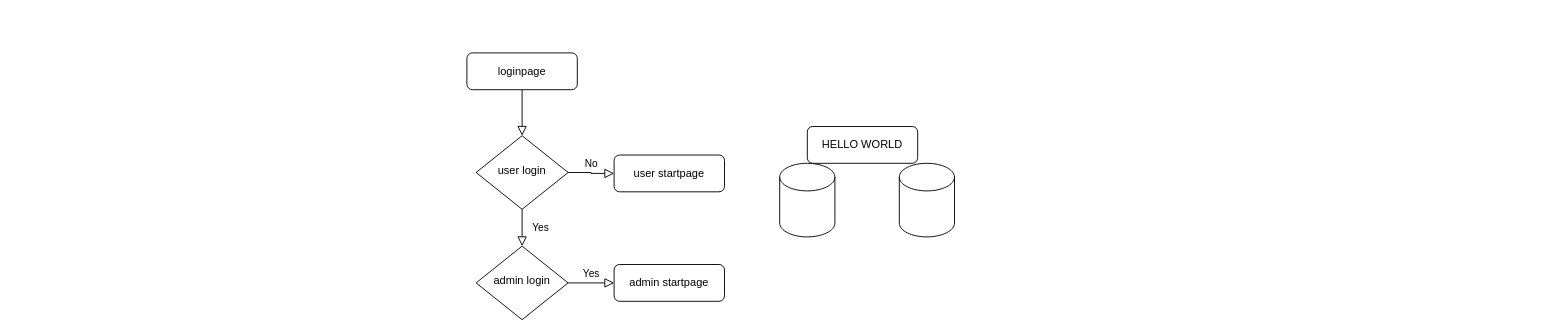
Above: docs/ui/Untitled Diagram.drawio in devopsw18/docs (draw.io), before the change. Source tidied: cells renumbered, new cells numbered last; positions are measured from the earlier drawing's top-left corner, leaving out a move shared by most shapes. Both pictures are drawn from the tidied source at 92%, with x=0, y=0 at pixel (466, 52).
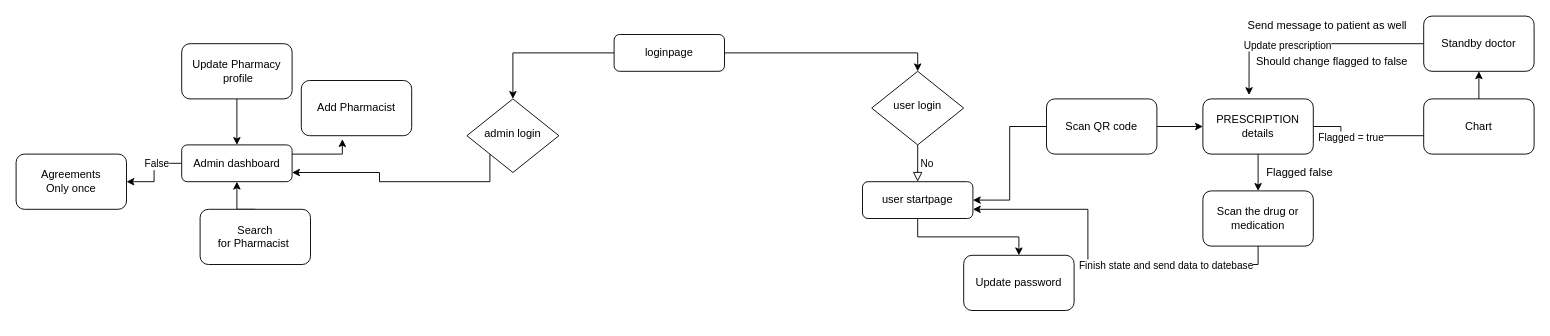
After the change.

Diff of the diagram source:
```diff
@@
-    <mxCell id="2" style="rounded=0;html=1;jettySize=auto;fontSize=11;endArrow=block;endFill=0;endSize=8;strokeWidth=1;shadow=0;labelBackgroundColor=none;edgeStyle=orthogonalEdgeStyle;" parent="1" edge="1" source="3" target="6">
+    <mxCell id="2" style="edgeStyle=orthogonalEdgeStyle;rounded=0;jettySize=auto;html=1;exitX=1;exitY=0.5;exitDx=0;exitDy=0;entryX=0.5;entryY=0;entryDx=0;entryDy=0;" parent="1" edge="1" source="3" target="6">
       <mxGeometry relative="1" as="geometry" />
     </mxCell>
+    <mxCell id="14" style="edgeStyle=orthogonalEdgeStyle;rounded=0;jettySize=auto;html=1;exitX=0;exitY=0.5;exitDx=0;exitDy=0;entryX=0.5;entryY=0;entryDx=0;entryDy=0;" parent="1" edge="1" source="3" target="9">
+      <mxGeometry relative="1" as="geometry" />
+    </mxCell>
     <mxCell id="3" value="loginpage" style="rounded=1;whiteSpace=wrap;html=1;fontSize=12;glass=0;strokeWidth=1;shadow=0;" parent="1" vertex="1">
-      <mxGeometry width="120" height="40" as="geometry" />
+      <mxGeometry x="160" y="-20" width="120" height="40" as="geometry" />
     </mxCell>
-    <mxCell id="4" value="Yes" style="rounded=0;html=1;jettySize=auto;fontSize=11;endArrow=block;endFill=0;endSize=8;strokeWidth=1;shadow=0;labelBackgroundColor=none;edgeStyle=orthogonalEdgeStyle;" parent="1" edge="1" source="6" target="9">
-      <mxGeometry y="20" relative="1" as="geometry" />
-    </mxCell>
@@
     <mxCell id="6" value="user login" style="rhombus;whiteSpace=wrap;html=1;shadow=0;fontFamily=Helvetica;fontSize=12;align=center;strokeWidth=1;spacing=6;spacingTop=-4;" parent="1" vertex="1">
-      <mxGeometry x="10" y="90" width="100" height="80" as="geometry" />
+      <mxGeometry x="440" y="20" width="100" height="80" as="geometry" />
     </mxCell>
+    <mxCell id="15" style="edgeStyle=orthogonalEdgeStyle;rounded=0;jettySize=auto;html=1;exitX=0.5;exitY=1;exitDx=0;exitDy=0;" parent="1" edge="1" source="7" target="21">
+      <mxGeometry relative="1" as="geometry" />
+    </mxCell>
     <mxCell id="7" value="user startpage" style="rounded=1;whiteSpace=wrap;html=1;fontSize=12;glass=0;strokeWidth=1;shadow=0;" parent="1" vertex="1">
-      <mxGeometry x="160" y="111" width="120" height="40" as="geometry" />
+      <mxGeometry x="430" y="140" width="120" height="40" as="geometry" />
     </mxCell>
-    <mxCell id="8" value="Yes" style="edgeStyle=orthogonalEdgeStyle;rounded=0;html=1;jettySize=auto;fontSize=11;endArrow=block;endFill=0;endSize=8;strokeWidth=1;shadow=0;labelBackgroundColor=none;" parent="1" edge="1" source="9" target="10">
-      <mxGeometry y="10" relative="1" as="geometry" />
+    <mxCell id="8" style="edgeStyle=orthogonalEdgeStyle;rounded=0;jettySize=auto;html=1;exitX=0;exitY=1;exitDx=0;exitDy=0;entryX=1;entryY=0.75;entryDx=0;entryDy=0;" parent="1" edge="1" source="9" target="10">
+      <mxGeometry relative="1" as="geometry">
+        <Array as="points">
+          <mxPoint x="25" y="140" />
+          <mxPoint x="-95" y="140" />
+          <mxPoint x="-95" y="130" />
+        </Array>
+      </mxGeometry>
     </mxCell>
     <mxCell id="9" value="admin login" style="rhombus;whiteSpace=wrap;html=1;shadow=0;fontFamily=Helvetica;fontSize=12;align=center;strokeWidth=1;spacing=6;spacingTop=-4;" parent="1" vertex="1">
-      <mxGeometry x="10" y="210" width="100" height="80" as="geometry" />
+      <mxGeometry y="50" width="100" height="80" as="geometry" />
     </mxCell>
+    <mxCell id="16" style="edgeStyle=orthogonalEdgeStyle;rounded=0;jettySize=auto;html=1;exitX=0;exitY=0.5;exitDx=0;exitDy=0;entryX=1;entryY=0.5;entryDx=0;entryDy=0;" parent="1" edge="1" source="10" target="25">
+      <mxGeometry relative="1" as="geometry" />
+    </mxCell>
+    <mxCell id="17" value="False" style="edgeLabel;html=1;align=center;verticalAlign=middle;" parent="16" vertex="1">
+      <mxGeometry x="-0.3" relative="1" as="geometry" />
+    </mxCell>
+    <mxCell id="18" style="edgeStyle=orthogonalEdgeStyle;rounded=0;jettySize=auto;html=1;exitX=1;exitY=0.25;exitDx=0;exitDy=0;entryX=0.372;entryY=1.063;entryDx=0;entryDy=0;entryPerimeter=0;" parent="1" edge="1" source="10" target="24">
+      <mxGeometry relative="1" as="geometry" />
+    </mxCell>
-    <mxCell id="10" value="admin startpage" style="rounded=1;whiteSpace=wrap;html=1;fontSize=12;glass=0;strokeWidth=1;shadow=0;" parent="1" vertex="1">
-      <mxGeometry x="160" y="230" width="120" height="40" as="geometry" />
+    <mxCell id="10" value="Admin dashboard" style="rounded=1;whiteSpace=wrap;html=1;fontSize=12;glass=0;strokeWidth=1;shadow=0;" parent="1" vertex="1">
+      <mxGeometry x="-310" y="100" width="120" height="40" as="geometry" />
     </mxCell>
-    <mxCell id="11" value="HELLO WORLD" style="rounded=1;whiteSpace=wrap;html=1;fontSize=12;glass=0;strokeWidth=1;shadow=0;" parent="1" vertex="1">
-      <mxGeometry x="370" y="80" width="120" height="40" as="geometry" />
-    </mxCell>
-    <mxCell id="12" style="shape=cylinder3;whiteSpace=wrap;html=1;boundedLbl=1;backgroundOutline=1;size=15;" parent="1" vertex="1">
-      <mxGeometry x="340" y="120" width="60" height="80" as="geometry" />
-    </mxCell>
-    <mxCell id="13" style="shape=cylinder3;whiteSpace=wrap;html=1;boundedLbl=1;backgroundOutline=1;size=15;" parent="1" vertex="1">
-      <mxGeometry x="470" y="120" width="60" height="80" as="geometry" />
-    </mxCell>
+    <mxCell id="19" style="edgeStyle=orthogonalEdgeStyle;rounded=0;jettySize=auto;html=1;exitX=0.5;exitY=1;exitDx=0;exitDy=0;entryX=0.5;entryY=0;entryDx=0;entryDy=0;" parent="1" edge="1" source="20" target="10">
+      <mxGeometry relative="1" as="geometry" />
+    </mxCell>
+    <mxCell id="20" value="Update Pharmacy&lt;br&gt;&amp;nbsp;profile" style="rounded=1;whiteSpace=wrap;html=1;" parent="1" vertex="1">
+      <mxGeometry x="-310" y="-10" width="120" height="60" as="geometry" />
+    </mxCell>
+    <mxCell id="21" value="Update password" style="rounded=1;whiteSpace=wrap;html=1;" parent="1" vertex="1">
+      <mxGeometry x="540" y="220" width="120" height="60" as="geometry" />
+    </mxCell>
+    <mxCell id="22" style="edgeStyle=orthogonalEdgeStyle;rounded=0;jettySize=auto;html=1;exitX=0.5;exitY=0;exitDx=0;exitDy=0;entryX=0.5;entryY=1;entryDx=0;entryDy=0;" parent="1" edge="1" source="23" target="10">
+      <mxGeometry relative="1" as="geometry" />
+    </mxCell>
+    <mxCell id="23" value="Search for&amp;nbsp;&lt;span&gt;&lt;/span&gt;&lt;span&gt;&lt;/span&gt;&lt;span&gt;Pharmacist&amp;nbsp;&lt;/span&gt;" style="rounded=1;whiteSpace=wrap;html=1;" parent="1" vertex="1">
+      <mxGeometry x="-290" y="170" width="120" height="60" as="geometry" />
+    </mxCell>
+    <mxCell id="24" value="Add Pharmacist" style="rounded=1;whiteSpace=wrap;html=1;" parent="1" vertex="1">
+      <mxGeometry x="-180" y="30" width="120" height="60" as="geometry" />
+    </mxCell>
+    <mxCell id="25" value="Agreements&lt;br&gt;Only once" style="rounded=1;whiteSpace=wrap;html=1;" parent="1" vertex="1">
+      <mxGeometry x="-490" y="110" width="120" height="60" as="geometry" />
+    </mxCell>
+    <mxCell id="26" style="edgeStyle=orthogonalEdgeStyle;rounded=0;jettySize=auto;html=1;exitX=0;exitY=0.5;exitDx=0;exitDy=0;entryX=1;entryY=0.5;entryDx=0;entryDy=0;" parent="1" edge="1" source="28" target="7">
+      <mxGeometry relative="1" as="geometry" />
+    </mxCell>
+    <mxCell id="27" style="edgeStyle=orthogonalEdgeStyle;rounded=0;jettySize=auto;html=1;exitX=1;exitY=0.5;exitDx=0;exitDy=0;entryX=0;entryY=0.5;entryDx=0;entryDy=0;" parent="1" edge="1" source="28" target="32">
+      <mxGeometry relative="1" as="geometry" />
+    </mxCell>
+    <mxCell id="28" value="Scan QR code" style="rounded=1;whiteSpace=wrap;html=1;" parent="1" vertex="1">
+      <mxGeometry x="630" y="50" width="120" height="60" as="geometry" />
+    </mxCell>
+    <mxCell id="29" style="edgeStyle=orthogonalEdgeStyle;rounded=0;jettySize=auto;html=1;exitX=1;exitY=0.5;exitDx=0;exitDy=0;" parent="1" edge="1" source="32">
+      <mxGeometry relative="1" as="geometry">
+        <mxPoint x="1070" y="90" as="targetPoint" />
+        <Array as="points">
+          <mxPoint x="950" y="80" />
+          <mxPoint x="950" y="90" />
+        </Array>
+      </mxGeometry>
+    </mxCell>
+    <mxCell id="30" value="Flagged = true" style="edgeLabel;html=1;align=center;verticalAlign=middle;" parent="29" vertex="1">
+      <mxGeometry x="-0.36" y="-1" relative="1" as="geometry">
+        <mxPoint x="-1" as="offset" />
+      </mxGeometry>
+    </mxCell>
+    <mxCell id="31" style="edgeStyle=orthogonalEdgeStyle;rounded=0;jettySize=auto;html=1;exitX=0.5;exitY=1;exitDx=0;exitDy=0;entryX=0.5;entryY=0;entryDx=0;entryDy=0;" parent="1" edge="1" source="32" target="41">
+      <mxGeometry relative="1" as="geometry" />
+    </mxCell>
+    <mxCell id="32" value="&lt;span&gt;&lt;/span&gt;&lt;span&gt;&lt;/span&gt;&lt;span&gt;PRESCRIPTION details&lt;/span&gt;" style="rounded=1;whiteSpace=wrap;html=1;" parent="1" vertex="1">
+      <mxGeometry x="800" y="50" width="120" height="60" as="geometry" />
+    </mxCell>
+    <mxCell id="33" style="edgeStyle=orthogonalEdgeStyle;rounded=0;jettySize=auto;html=1;exitX=0.5;exitY=0;exitDx=0;exitDy=0;entryX=0.5;entryY=1;entryDx=0;entryDy=0;" parent="1" edge="1" source="34" target="37">
+      <mxGeometry relative="1" as="geometry" />
+    </mxCell>
+    <mxCell id="34" value="Chart" style="rounded=1;whiteSpace=wrap;html=1;" parent="1" vertex="1">
+      <mxGeometry x="1040" y="50" width="120" height="60" as="geometry" />
+    </mxCell>
+    <mxCell id="35" style="edgeStyle=orthogonalEdgeStyle;rounded=0;jettySize=auto;html=1;exitX=0;exitY=0.5;exitDx=0;exitDy=0;entryX=0.418;entryY=-0.07;entryDx=0;entryDy=0;entryPerimeter=0;" parent="1" edge="1" source="37" target="32">
+      <mxGeometry relative="1" as="geometry" />
+    </mxCell>
+    <mxCell id="36" value="Update prescription" style="edgeLabel;html=1;align=center;verticalAlign=middle;" parent="35" vertex="1">
+      <mxGeometry x="0.21" y="1" relative="1" as="geometry" />
+    </mxCell>
+    <mxCell id="37" value="Standby doctor" style="rounded=1;whiteSpace=wrap;html=1;" parent="1" vertex="1">
+      <mxGeometry x="1040" y="-40" width="120" height="60" as="geometry" />
+    </mxCell>
+    <mxCell id="38" value="Send message to patient as well" style="text;html=1;align=center;verticalAlign=middle;strokeColor=none;fillColor=none;" parent="1" vertex="1">
+      <mxGeometry x="840" y="-40" width="190" height="20" as="geometry" />
+    </mxCell>
+    <mxCell id="39" style="edgeStyle=orthogonalEdgeStyle;rounded=0;jettySize=auto;html=1;exitX=0.5;exitY=1;exitDx=0;exitDy=0;entryX=1;entryY=0.75;entryDx=0;entryDy=0;" parent="1" edge="1" source="41" target="7">
+      <mxGeometry relative="1" as="geometry" />
+    </mxCell>
+    <mxCell id="40" value="Finish state and send data to datebase" style="edgeLabel;html=1;align=center;verticalAlign=middle;" parent="39" vertex="1">
+      <mxGeometry x="-0.13" y="-1" relative="1" as="geometry">
+        <mxPoint x="49" y="1" as="offset" />
+      </mxGeometry>
+    </mxCell>
+    <mxCell id="41" value="Scan the drug or medication" style="rounded=1;whiteSpace=wrap;html=1;" parent="1" vertex="1">
+      <mxGeometry x="800" y="150" width="120" height="60" as="geometry" />
+    </mxCell>
+    <mxCell id="42" value="Flagged false" style="text;html=1;align=center;verticalAlign=middle;strokeColor=none;fillColor=none;" parent="1" vertex="1">
+      <mxGeometry x="860" y="120" width="90" height="20" as="geometry" />
+    </mxCell>
+    <mxCell id="43" value="Should change flagged to false" style="text;html=1;align=center;verticalAlign=middle;strokeColor=none;fillColor=none;" parent="1" vertex="1">
+      <mxGeometry x="850" width="180" height="20" as="geometry" />
+    </mxCell>
```
